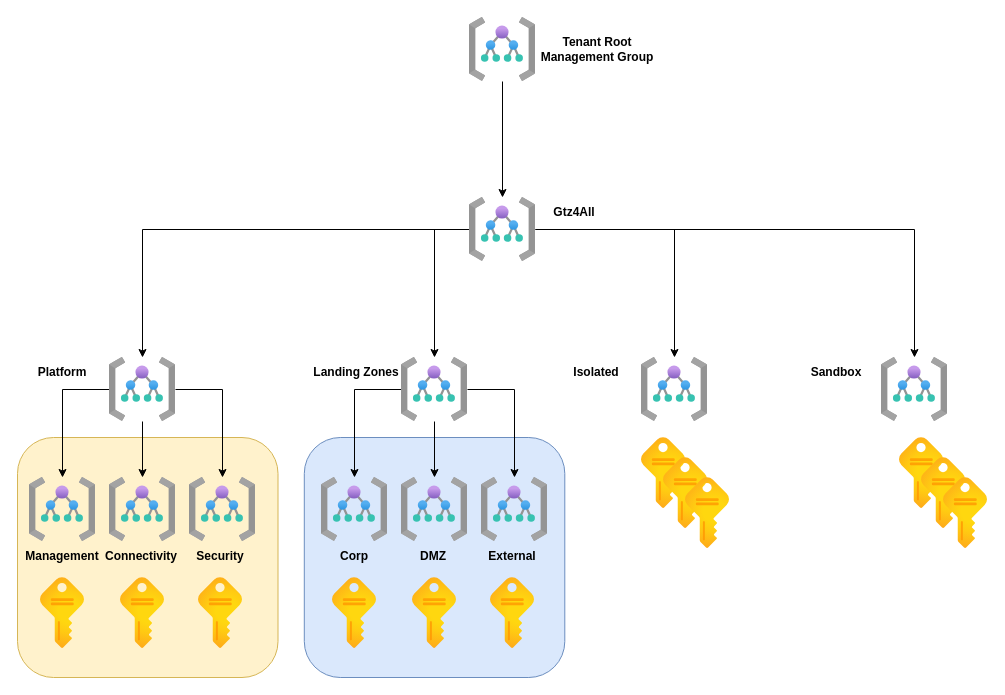
Earlier version of the draw.io diagram docs/assets/azure-landing-zone-hierarchy.drawio (gtz4all/gtz4all.github.io). Source tidied: cells renumbered, new cells numbered last; positions are measured from the earlier drawing's top-left corner, leaving out a move shared by most shapes. Both pictures are drawn from the tidied source at 100%, with x=0, y=0 at pixel (17, 17).
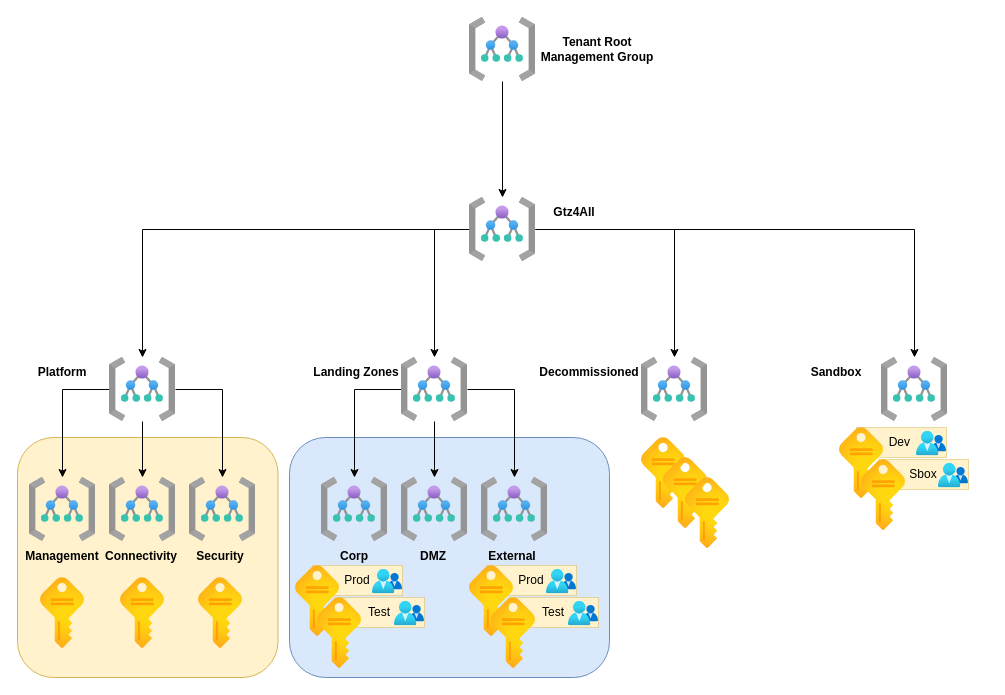
The same page after the edit.

Change to the diagram source:
```diff
@@
     <mxCell id="2" style="rounded=1;whiteSpace=wrap;html=1;fillColor=#dae8fc;strokeColor=#6c8ebf;" parent="1" vertex="1">
-      <mxGeometry x="286.8" y="420" width="260.5" height="240" as="geometry" />
+      <mxGeometry x="272" y="420" width="320" height="240" as="geometry" />
     </mxCell>
@@
-    <mxCell id="30" style="html=1;align=center;image;fontSize=12;image=img/lib/azure2/general/Subscriptions.svg;" parent="1" vertex="1">
-      <mxGeometry x="315" y="560" width="44" height="71" as="geometry" />
-    </mxCell>
@@
-    <mxCell id="37" style="html=1;align=center;image;fontSize=12;image=img/lib/azure2/general/Subscriptions.svg;" parent="1" vertex="1">
-      <mxGeometry x="395" y="560" width="44" height="71" as="geometry" />
-    </mxCell>
-    <mxCell id="38" style="html=1;align=center;image;fontSize=12;image=img/lib/azure2/general/Subscriptions.svg;" parent="1" vertex="1">
-      <mxGeometry x="473" y="560" width="44" height="71" as="geometry" />
-    </mxCell>
@@
-    <mxCell id="42" style="html=1;align=center;image;fontSize=12;image=img/lib/azure2/general/Subscriptions.svg;" parent="1" vertex="1">
-      <mxGeometry x="882" y="420" width="44" height="71" as="geometry" />
-    </mxCell>
-    <mxCell id="43" style="html=1;align=center;image;fontSize=12;image=img/lib/azure2/general/Subscriptions.svg;" parent="1" vertex="1">
-      <mxGeometry x="904" y="440" width="44" height="71" as="geometry" />
-    </mxCell>
-    <mxCell id="44" style="html=1;align=center;image;fontSize=12;image=img/lib/azure2/general/Subscriptions.svg;" parent="1" vertex="1">
-      <mxGeometry x="926" y="460" width="44" height="71" as="geometry" />
-    </mxCell>
@@
-    <mxCell id="47" value="Isolated" style="text;html=1;strokeColor=none;fillColor=none;align=center;verticalAlign=middle;whiteSpace=wrap;rounded=0;fontStyle=1;" parent="1" vertex="1">
-      <mxGeometry x="534" y="340" width="90" height="30" as="geometry" />
+    <mxCell id="47" value="Decommissioned" style="text;html=1;strokeColor=none;fillColor=none;align=center;verticalAlign=middle;whiteSpace=wrap;rounded=0;fontStyle=1;" parent="1" vertex="1">
+      <mxGeometry x="527" y="340" width="90" height="30" as="geometry" />
     </mxCell>
@@
+    <mxCell id="51" value="Prod" style="text;html=1;strokeColor=#d6b656;fillColor=#fff2cc;align=center;verticalAlign=middle;whiteSpace=wrap;rounded=0;fontStyle=0;dashed=1;dashPattern=1 1;" parent="1" vertex="1">
+      <mxGeometry x="295" y="548" width="90" height="30" as="geometry" />
+    </mxCell>
+    <mxCell id="52" style="html=1;align=center;image;fontSize=12;image=img/lib/azure2/identity/Groups.svg;" parent="1" vertex="1">
+      <mxGeometry x="355" y="551.8" width="30" height="24.7" as="geometry" />
+    </mxCell>
+    <mxCell id="30" style="html=1;align=center;image;fontSize=12;image=img/lib/azure2/general/Subscriptions.svg;" parent="1" vertex="1">
+      <mxGeometry x="278" y="548" width="44" height="71" as="geometry" />
+    </mxCell>
+    <mxCell id="53" value="Test" style="text;html=1;strokeColor=#d6b656;fillColor=#fff2cc;align=center;verticalAlign=middle;whiteSpace=wrap;rounded=0;fontStyle=0;dashed=1;dashPattern=1 1;" parent="1" vertex="1">
+      <mxGeometry x="317" y="580" width="90" height="30" as="geometry" />
+    </mxCell>
+    <mxCell id="54" style="html=1;align=center;image;fontSize=12;image=img/lib/azure2/identity/Groups.svg;" parent="1" vertex="1">
+      <mxGeometry x="377" y="583.8" width="30" height="24.7" as="geometry" />
+    </mxCell>
+    <mxCell id="55" style="html=1;align=center;image;fontSize=12;image=img/lib/azure2/general/Subscriptions.svg;" parent="1" vertex="1">
+      <mxGeometry x="300" y="580" width="44" height="71" as="geometry" />
+    </mxCell>
+    <mxCell id="56" value="Prod" style="text;html=1;strokeColor=#d6b656;fillColor=#fff2cc;align=center;verticalAlign=middle;whiteSpace=wrap;rounded=0;fontStyle=0;dashed=1;dashPattern=1 1;" parent="1" vertex="1">
+      <mxGeometry x="469" y="548" width="90" height="30" as="geometry" />
+    </mxCell>
+    <mxCell id="57" style="html=1;align=center;image;fontSize=12;image=img/lib/azure2/identity/Groups.svg;" parent="1" vertex="1">
+      <mxGeometry x="529" y="551.8" width="30" height="24.7" as="geometry" />
+    </mxCell>
+    <mxCell id="58" style="html=1;align=center;image;fontSize=12;image=img/lib/azure2/general/Subscriptions.svg;" parent="1" vertex="1">
+      <mxGeometry x="452" y="548" width="44" height="71" as="geometry" />
+    </mxCell>
+    <mxCell id="59" value="Test" style="text;html=1;strokeColor=#d6b656;fillColor=#fff2cc;align=center;verticalAlign=middle;whiteSpace=wrap;rounded=0;fontStyle=0;dashed=1;dashPattern=1 1;" parent="1" vertex="1">
+      <mxGeometry x="491" y="580" width="90" height="30" as="geometry" />
+    </mxCell>
+    <mxCell id="60" style="html=1;align=center;image;fontSize=12;image=img/lib/azure2/identity/Groups.svg;" parent="1" vertex="1">
+      <mxGeometry x="551" y="583.8" width="30" height="24.7" as="geometry" />
+    </mxCell>
+    <mxCell id="61" style="html=1;align=center;image;fontSize=12;image=img/lib/azure2/general/Subscriptions.svg;" parent="1" vertex="1">
+      <mxGeometry x="474" y="580" width="44" height="71" as="geometry" />
+    </mxCell>
+    <mxCell id="62" value="Dev&amp;nbsp;" style="text;html=1;strokeColor=#d6b656;fillColor=#fff2cc;align=center;verticalAlign=middle;whiteSpace=wrap;rounded=0;fontStyle=0;dashed=1;dashPattern=1 1;" parent="1" vertex="1">
+      <mxGeometry x="839" y="410" width="90" height="30" as="geometry" />
+    </mxCell>
+    <mxCell id="63" style="html=1;align=center;image;fontSize=12;image=img/lib/azure2/identity/Groups.svg;" parent="1" vertex="1">
+      <mxGeometry x="899" y="413.8" width="30" height="24.7" as="geometry" />
+    </mxCell>
+    <mxCell id="64" style="html=1;align=center;image;fontSize=12;image=img/lib/azure2/general/Subscriptions.svg;" parent="1" vertex="1">
+      <mxGeometry x="822" y="410" width="44" height="71" as="geometry" />
+    </mxCell>
+    <mxCell id="65" value="Sbox" style="text;html=1;strokeColor=#d6b656;fillColor=#fff2cc;align=center;verticalAlign=middle;whiteSpace=wrap;rounded=0;fontStyle=0;dashed=1;dashPattern=1 1;" parent="1" vertex="1">
+      <mxGeometry x="861" y="442" width="90" height="30" as="geometry" />
+    </mxCell>
+    <mxCell id="66" style="html=1;align=center;image;fontSize=12;image=img/lib/azure2/identity/Groups.svg;" parent="1" vertex="1">
+      <mxGeometry x="921" y="445.8" width="30" height="24.7" as="geometry" />
+    </mxCell>
+    <mxCell id="67" style="html=1;align=center;image;fontSize=12;image=img/lib/azure2/general/Subscriptions.svg;" parent="1" vertex="1">
+      <mxGeometry x="844" y="442" width="44" height="71" as="geometry" />
+    </mxCell>
```
